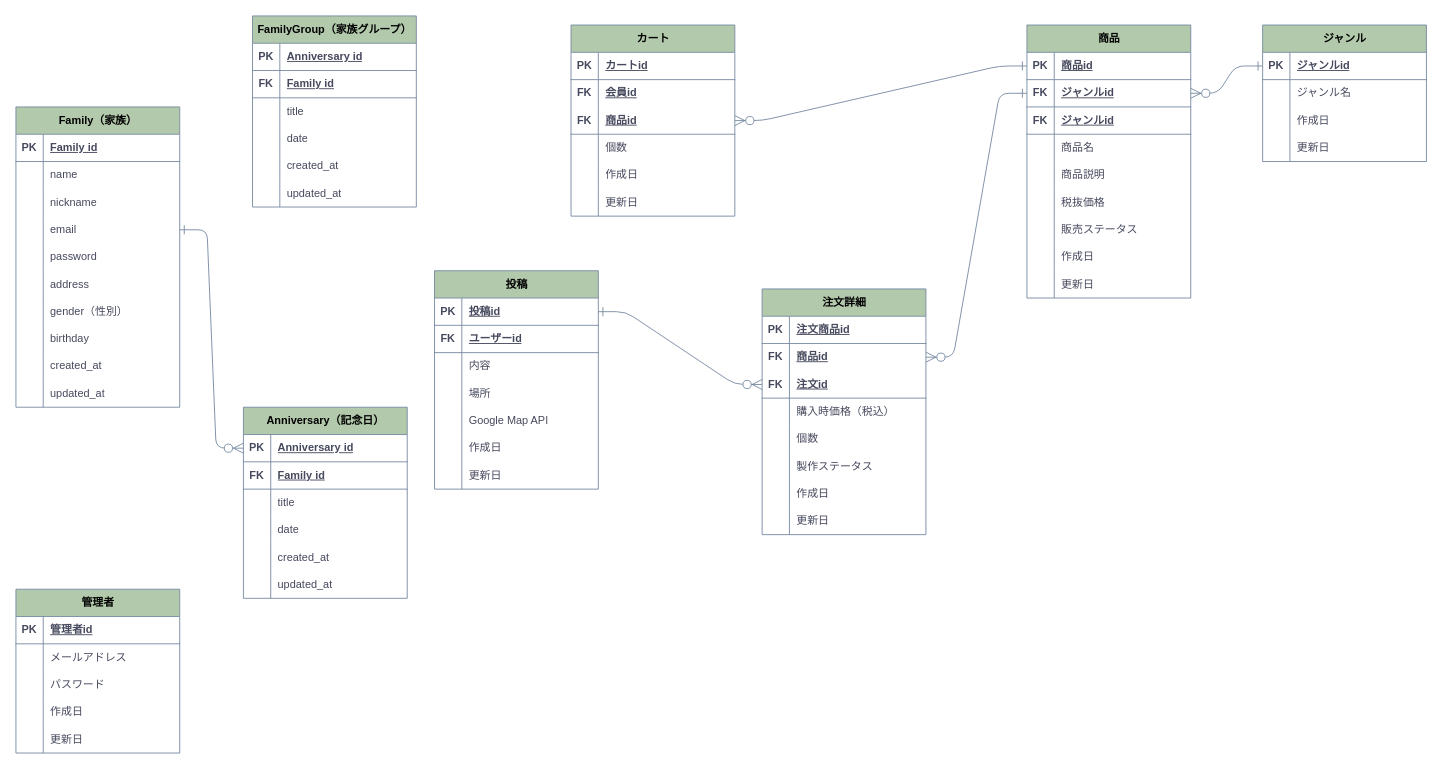
Earlier version of the draw.io diagram 家族インフラ.drawio (Ganmo3/drawio). Source tidied: cells renumbered, new cells numbered last; positions are measured from the earlier drawing's top-left corner, leaving out a move shared by most shapes. Both pictures are drawn from the tidied source at 91%, with x=0, y=0 at pixel (15, 15).
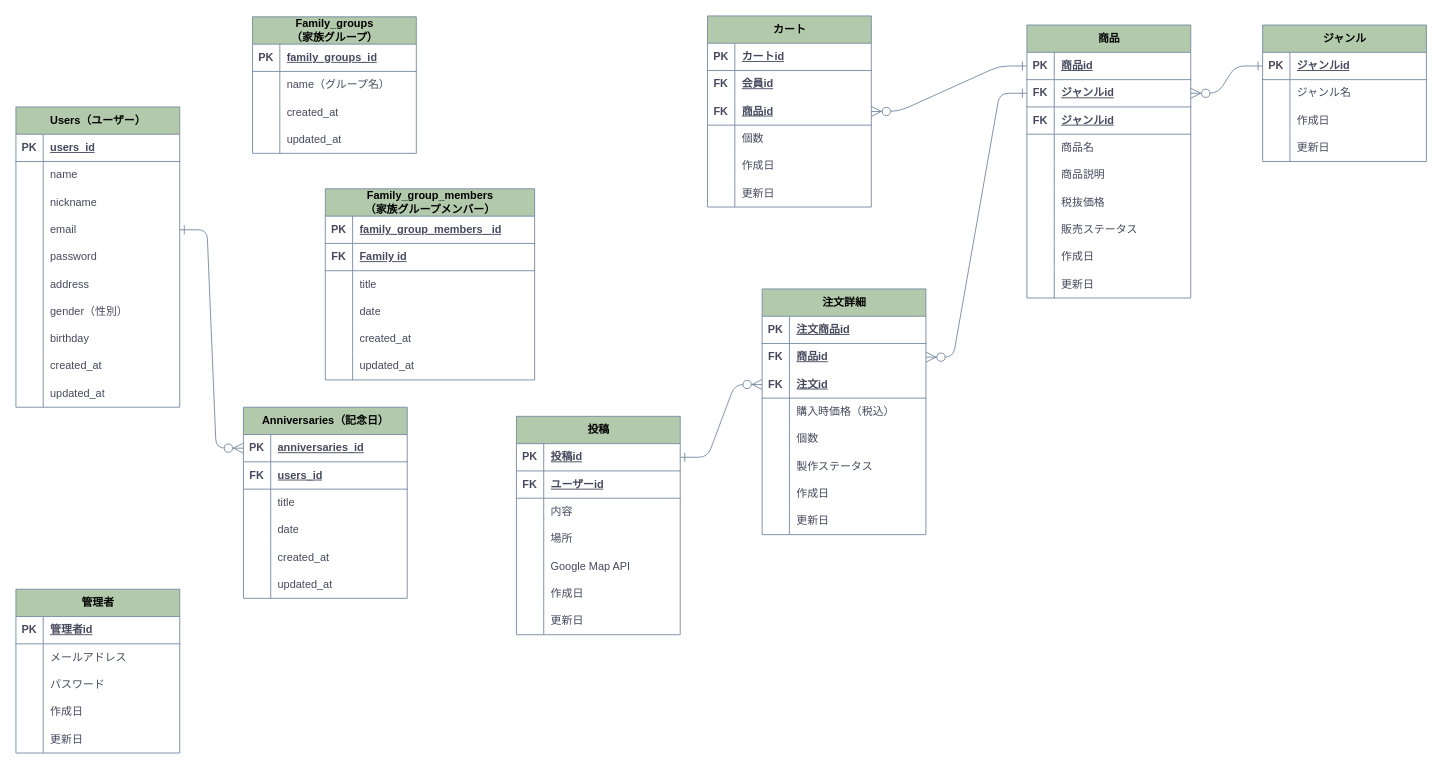
The same page after the edit.

Commit message (it also covers changes not shown here):
家族インフラ.drawio を更新します

The change refers to these unchanged cells:
```xml
<mxCell id="19" style="shape=tableRow;horizontal=0;startSize=0;swimlaneHead=0;swimlaneBody=0;fillColor=none;top=0;left=0;right=0;bottom=1;strokeColor=#788AA3;fontFamily=Helvetica;fontSize=12;fontColor=#46495D;html=1;labelBackgroundColor=none;" parent="18" vertex="1">
  <mxGeometry y="30" width="180" height="30" as="geometry" />
</mxCell>
<mxCell id="116" style="shape=tableRow;horizontal=0;startSize=0;swimlaneHead=0;swimlaneBody=0;fillColor=none;points=[[0,0.5],[1,0.5]];portConstraint=eastwest;top=0;left=0;right=0;bottom=1;strokeColor=#788AA3;fontFamily=Helvetica;fontSize=12;fontColor=#46495D;html=1;labelBackgroundColor=none;" parent="115" vertex="1">
  <mxGeometry y="30" width="180" height="30" as="geometry" />
</mxCell>
<mxCell id="119" style="shape=tableRow;horizontal=0;startSize=0;swimlaneHead=0;swimlaneBody=0;fillColor=none;top=0;left=0;right=0;bottom=1;strokeColor=#788AA3;fontFamily=Helvetica;fontSize=12;fontColor=#46495D;html=1;labelBackgroundColor=none;" parent="115" vertex="1">
  <mxGeometry y="60" width="180" height="30" as="geometry" />
</mxCell>
<mxCell id="187" style="shape=tableRow;horizontal=0;startSize=0;swimlaneHead=0;swimlaneBody=0;fillColor=none;top=0;left=0;right=0;bottom=1;strokeColor=#788AA3;fontFamily=Helvetica;fontSize=12;fontColor=#46495D;html=1;labelBackgroundColor=none;" parent="186" vertex="1">
  <mxGeometry y="30" width="180" height="30" as="geometry" />
</mxCell>
```

Diff of the diagram source:
```diff
@@
-    <mxCell id="18" value="&lt;font color=&quot;#000000&quot;&gt;Family（家族）&lt;/font&gt;" style="shape=table;startSize=30;childLayout=tableLayout;rowLines=0;fontStyle=1;align=center;html=1;strokeColor=#788AA3;fontFamily=Helvetica;fontSize=12;fontColor=#46495D;fillColor=#B2C9AB;labelBackgroundColor=none;" parent="1" vertex="1">
+    <mxCell id="18" value="&lt;font color=&quot;#000000&quot;&gt;Users（ユーザー）&lt;/font&gt;" style="shape=table;startSize=30;childLayout=tableLayout;rowLines=0;fontStyle=1;align=center;html=1;strokeColor=#788AA3;fontFamily=Helvetica;fontSize=12;fontColor=#46495D;fillColor=#B2C9AB;labelBackgroundColor=none;" parent="1" vertex="1">
       <mxGeometry y="100" width="180" height="330" as="geometry" />
     </mxCell>
@@
-    <mxCell id="21" value="Family id" style="shape=partialRectangle;fillColor=none;top=0;left=0;bottom=0;right=0;align=left;spacingLeft=6;fontStyle=5;overflow=hidden;whiteSpace=wrap;html=1;strokeColor=#788AA3;fontFamily=Helvetica;fontSize=12;fontColor=#46495D;startSize=23;labelBackgroundColor=none;" parent="19" vertex="1">
+    <mxCell id="21" value="users_id" style="shape=partialRectangle;fillColor=none;top=0;left=0;bottom=0;right=0;align=left;spacingLeft=6;fontStyle=5;overflow=hidden;whiteSpace=wrap;html=1;strokeColor=#788AA3;fontFamily=Helvetica;fontSize=12;fontColor=#46495D;startSize=23;labelBackgroundColor=none;" parent="19" vertex="1">
       <mxGeometry x="30" width="150" height="30" as="geometry" />
     </mxCell>
@@
     <mxCell id="95" value="&lt;font color=&quot;#000000&quot;&gt;カート&lt;/font&gt;" style="shape=table;startSize=30;childLayout=tableLayout;rowLines=0;fontStyle=1;align=center;html=1;strokeColor=#788AA3;fontFamily=Helvetica;fontSize=12;fillColor=#B2C9AB;labelBackgroundColor=none;fontColor=#46495D;" parent="1" vertex="1">
-      <mxGeometry x="610" y="10" width="180" height="210" as="geometry" />
+      <mxGeometry x="760" width="180" height="210" as="geometry" />
     </mxCell>
@@
-    <mxCell id="115" value="&lt;font color=&quot;#000000&quot;&gt;Anniversary（記念日）&lt;/font&gt;" style="shape=table;startSize=30;childLayout=tableLayout;rowLines=0;fontStyle=1;align=center;html=1;strokeColor=#788AA3;fontFamily=Helvetica;fontSize=12;fillColor=#B2C9AB;labelBackgroundColor=none;fontColor=#46495D;" parent="1" vertex="1">
+    <mxCell id="115" value="&lt;font color=&quot;#000000&quot;&gt;Anniversaries（記念日）&lt;/font&gt;" style="shape=table;startSize=30;childLayout=tableLayout;rowLines=0;fontStyle=1;align=center;html=1;strokeColor=#788AA3;fontFamily=Helvetica;fontSize=12;fillColor=#B2C9AB;labelBackgroundColor=none;fontColor=#46495D;" parent="1" vertex="1">
       <mxGeometry x="250" y="430" width="180" height="210" as="geometry" />
     </mxCell>
@@
-    <mxCell id="118" value="Anniversary id" style="shape=partialRectangle;fillColor=none;top=0;left=0;bottom=0;right=0;align=left;spacingLeft=6;fontStyle=5;overflow=hidden;whiteSpace=wrap;html=1;strokeColor=#788AA3;fontFamily=Helvetica;fontSize=12;fontColor=#46495D;startSize=23;labelBackgroundColor=none;" parent="116" vertex="1">
+    <mxCell id="118" value="anniversaries_id" style="shape=partialRectangle;fillColor=none;top=0;left=0;bottom=0;right=0;align=left;spacingLeft=6;fontStyle=5;overflow=hidden;whiteSpace=wrap;html=1;strokeColor=#788AA3;fontFamily=Helvetica;fontSize=12;fontColor=#46495D;startSize=23;labelBackgroundColor=none;" parent="116" vertex="1">
       <mxGeometry x="30" width="150" height="30" as="geometry" />
     </mxCell>
@@
-    <mxCell id="121" value="Family id" style="shape=partialRectangle;fillColor=none;top=0;left=0;bottom=0;right=0;align=left;spacingLeft=6;fontStyle=5;overflow=hidden;whiteSpace=wrap;html=1;strokeColor=#788AA3;fontFamily=Helvetica;fontSize=12;fontColor=#46495D;startSize=23;labelBackgroundColor=none;" parent="119" vertex="1">
+    <mxCell id="121" value="users_id" style="shape=partialRectangle;fillColor=none;top=0;left=0;bottom=0;right=0;align=left;spacingLeft=6;fontStyle=5;overflow=hidden;whiteSpace=wrap;html=1;strokeColor=#788AA3;fontFamily=Helvetica;fontSize=12;fontColor=#46495D;startSize=23;labelBackgroundColor=none;" parent="119" vertex="1">
       <mxGeometry x="30" width="150" height="30" as="geometry" />
     </mxCell>
@@
     <mxCell id="137" value="&lt;font color=&quot;#000000&quot;&gt;投稿&lt;/font&gt;" style="shape=table;startSize=30;childLayout=tableLayout;rowLines=0;fontStyle=1;align=center;html=1;strokeColor=#788AA3;fontFamily=Helvetica;fontSize=12;fontColor=#46495D;fillColor=#B2C9AB;labelBackgroundColor=none;" parent="1" vertex="1">
-      <mxGeometry x="460" y="280" width="180" height="240" as="geometry" />
+      <mxGeometry x="550" y="440" width="180" height="240" as="geometry" />
     </mxCell>
@@
-    <mxCell id="186" value="&lt;font color=&quot;#000000&quot;&gt;FamilyGroup（家族グループ）&lt;/font&gt;" style="shape=table;startSize=30;childLayout=tableLayout;rowLines=0;fontStyle=1;align=center;html=1;strokeColor=#788AA3;fontFamily=Helvetica;fontSize=12;fillColor=#B2C9AB;labelBackgroundColor=none;fontColor=#46495D;" parent="1" vertex="1">
-      <mxGeometry x="260" width="180" height="210" as="geometry" />
+    <mxCell id="186" value="&lt;font color=&quot;#000000&quot;&gt;Family_groups&lt;br&gt;（家族グループ）&lt;/font&gt;" style="shape=table;startSize=30;childLayout=tableLayout;rowLines=0;fontStyle=1;align=center;html=1;strokeColor=#788AA3;fontFamily=Helvetica;fontSize=12;fillColor=#B2C9AB;labelBackgroundColor=none;fontColor=#46495D;" parent="1" vertex="1">
+      <mxGeometry x="260" y="1" width="180" height="150" as="geometry" />
     </mxCell>
@@
-    <mxCell id="189" value="Anniversary id" style="shape=partialRectangle;fillColor=none;top=0;left=0;bottom=0;right=0;align=left;spacingLeft=6;fontStyle=5;overflow=hidden;whiteSpace=wrap;html=1;strokeColor=#788AA3;fontFamily=Helvetica;fontSize=12;fontColor=#46495D;startSize=23;labelBackgroundColor=none;" parent="187" vertex="1">
+    <mxCell id="189" value="family_groups_id" style="shape=partialRectangle;fillColor=none;top=0;left=0;bottom=0;right=0;align=left;spacingLeft=6;fontStyle=5;overflow=hidden;whiteSpace=wrap;html=1;strokeColor=#788AA3;fontFamily=Helvetica;fontSize=12;fontColor=#46495D;startSize=23;labelBackgroundColor=none;" parent="187" vertex="1">
       <mxGeometry x="30" width="150" height="30" as="geometry" />
     </mxCell>
-    <mxCell id="190" style="shape=tableRow;horizontal=0;startSize=0;swimlaneHead=0;swimlaneBody=0;fillColor=none;top=0;left=0;right=0;bottom=1;strokeColor=#788AA3;fontFamily=Helvetica;fontSize=12;fontColor=#46495D;html=1;labelBackgroundColor=none;" parent="186" vertex="1">
-      <mxGeometry y="60" width="180" height="30" as="geometry" />
-    </mxCell>
-    <mxCell id="191" value="FK" style="shape=partialRectangle;fillColor=none;top=0;left=0;bottom=0;right=0;fontStyle=1;overflow=hidden;whiteSpace=wrap;html=1;strokeColor=#788AA3;fontFamily=Helvetica;fontSize=12;fontColor=#46495D;startSize=23;labelBackgroundColor=none;" parent="190" vertex="1">
-      <mxGeometry width="30" height="30" as="geometry" />
-    </mxCell>
-    <mxCell id="192" value="Family id" style="shape=partialRectangle;fillColor=none;top=0;left=0;bottom=0;right=0;align=left;spacingLeft=6;fontStyle=5;overflow=hidden;whiteSpace=wrap;html=1;strokeColor=#788AA3;fontFamily=Helvetica;fontSize=12;fontColor=#46495D;startSize=23;labelBackgroundColor=none;" parent="190" vertex="1">
-      <mxGeometry x="30" width="150" height="30" as="geometry" />
-    </mxCell>
     <mxCell id="193" style="shape=tableRow;horizontal=0;startSize=0;swimlaneHead=0;swimlaneBody=0;fillColor=none;top=0;left=0;right=0;bottom=0;strokeColor=#788AA3;fontFamily=Helvetica;fontSize=12;fontColor=#46495D;html=1;labelBackgroundColor=none;" parent="186" vertex="1">
-      <mxGeometry y="90" width="180" height="30" as="geometry" />
+      <mxGeometry y="60" width="180" height="30" as="geometry" />
     </mxCell>
@@
-    <mxCell id="195" value="title" style="shape=partialRectangle;fillColor=none;top=0;left=0;bottom=0;right=0;align=left;spacingLeft=6;overflow=hidden;whiteSpace=wrap;html=1;strokeColor=#788AA3;fontFamily=Helvetica;fontSize=12;fontColor=#46495D;startSize=23;labelBackgroundColor=none;" parent="193" vertex="1">
+    <mxCell id="195" value="name（グループ名）" style="shape=partialRectangle;fillColor=none;top=0;left=0;bottom=0;right=0;align=left;spacingLeft=6;overflow=hidden;whiteSpace=wrap;html=1;strokeColor=#788AA3;fontFamily=Helvetica;fontSize=12;fontColor=#46495D;startSize=23;labelBackgroundColor=none;" parent="193" vertex="1">
       <mxGeometry x="30" width="150" height="30" as="geometry" />
     </mxCell>
-    <mxCell id="196" style="shape=tableRow;horizontal=0;startSize=0;swimlaneHead=0;swimlaneBody=0;fillColor=none;top=0;left=0;right=0;bottom=0;strokeColor=#788AA3;fontFamily=Helvetica;fontSize=12;fontColor=#46495D;html=1;labelBackgroundColor=none;" parent="186" vertex="1">
-      <mxGeometry y="120" width="180" height="30" as="geometry" />
-    </mxCell>
-    <mxCell id="197" style="shape=partialRectangle;fillColor=none;top=0;left=0;bottom=0;right=0;overflow=hidden;whiteSpace=wrap;html=1;strokeColor=#788AA3;fontFamily=Helvetica;fontSize=12;fontColor=#46495D;startSize=23;labelBackgroundColor=none;" parent="196" vertex="1">
-      <mxGeometry width="30" height="30" as="geometry" />
-    </mxCell>
-    <mxCell id="198" value="date" style="shape=partialRectangle;fillColor=none;top=0;left=0;bottom=0;right=0;align=left;spacingLeft=6;overflow=hidden;whiteSpace=wrap;html=1;strokeColor=#788AA3;fontFamily=Helvetica;fontSize=12;fontColor=#46495D;startSize=23;labelBackgroundColor=none;" parent="196" vertex="1">
-      <mxGeometry x="30" width="150" height="30" as="geometry" />
-    </mxCell>
     <mxCell id="199" style="shape=tableRow;horizontal=0;startSize=0;swimlaneHead=0;swimlaneBody=0;fillColor=none;top=0;left=0;right=0;bottom=0;strokeColor=#788AA3;fontFamily=Helvetica;fontSize=12;fontColor=#46495D;html=1;labelBackgroundColor=none;" parent="186" vertex="1">
-      <mxGeometry y="150" width="180" height="30" as="geometry" />
+      <mxGeometry y="90" width="180" height="30" as="geometry" />
     </mxCell>
@@
     <mxCell id="202" style="shape=tableRow;horizontal=0;startSize=0;swimlaneHead=0;swimlaneBody=0;fillColor=none;top=0;left=0;right=0;bottom=0;strokeColor=#788AA3;fontFamily=Helvetica;fontSize=12;fontColor=#46495D;html=1;labelBackgroundColor=none;" parent="186" vertex="1">
-      <mxGeometry y="180" width="180" height="30" as="geometry" />
+      <mxGeometry y="120" width="180" height="30" as="geometry" />
     </mxCell>
@@
+    <mxCell id="205" value="&lt;font color=&quot;#000000&quot;&gt;Family_group_members&lt;br&gt;（家族グループメンバー）&lt;/font&gt;" style="shape=table;startSize=30;childLayout=tableLayout;rowLines=0;fontStyle=1;align=center;html=1;strokeColor=#788AA3;fontFamily=Helvetica;fontSize=12;fillColor=#B2C9AB;labelBackgroundColor=none;fontColor=#46495D;" parent="1" vertex="1">
+      <mxGeometry x="340" y="190" width="230" height="210" as="geometry" />
+    </mxCell>
+    <mxCell id="206" style="shape=tableRow;horizontal=0;startSize=0;swimlaneHead=0;swimlaneBody=0;fillColor=none;top=0;left=0;right=0;bottom=1;strokeColor=#788AA3;fontFamily=Helvetica;fontSize=12;fontColor=#46495D;html=1;labelBackgroundColor=none;" parent="205" vertex="1">
+      <mxGeometry y="30" width="230" height="30" as="geometry" />
+    </mxCell>
+    <mxCell id="207" value="PK" style="shape=partialRectangle;fillColor=none;top=0;left=0;bottom=0;right=0;fontStyle=1;overflow=hidden;whiteSpace=wrap;html=1;strokeColor=#788AA3;fontFamily=Helvetica;fontSize=12;fontColor=#46495D;startSize=23;labelBackgroundColor=none;" parent="206" vertex="1">
+      <mxGeometry width="30" height="30" as="geometry" />
+    </mxCell>
+    <mxCell id="208" value="family_group_members_ id" style="shape=partialRectangle;fillColor=none;top=0;left=0;bottom=0;right=0;align=left;spacingLeft=6;fontStyle=5;overflow=hidden;whiteSpace=wrap;html=1;strokeColor=#788AA3;fontFamily=Helvetica;fontSize=12;fontColor=#46495D;startSize=23;labelBackgroundColor=none;" parent="206" vertex="1">
+      <mxGeometry x="30" width="200" height="30" as="geometry" />
+    </mxCell>
+    <mxCell id="209" style="shape=tableRow;horizontal=0;startSize=0;swimlaneHead=0;swimlaneBody=0;fillColor=none;top=0;left=0;right=0;bottom=1;strokeColor=#788AA3;fontFamily=Helvetica;fontSize=12;fontColor=#46495D;html=1;labelBackgroundColor=none;" parent="205" vertex="1">
+      <mxGeometry y="60" width="230" height="30" as="geometry" />
+    </mxCell>
+    <mxCell id="191" value="FK" style="shape=partialRectangle;fillColor=none;top=0;left=0;bottom=0;right=0;fontStyle=1;overflow=hidden;whiteSpace=wrap;html=1;strokeColor=#788AA3;fontFamily=Helvetica;fontSize=12;fontColor=#46495D;startSize=23;labelBackgroundColor=none;" parent="209" vertex="1">
+      <mxGeometry width="30" height="30" as="geometry" />
+    </mxCell>
+    <mxCell id="192" value="Family id" style="shape=partialRectangle;fillColor=none;top=0;left=0;bottom=0;right=0;align=left;spacingLeft=6;fontStyle=5;overflow=hidden;whiteSpace=wrap;html=1;strokeColor=#788AA3;fontFamily=Helvetica;fontSize=12;fontColor=#46495D;startSize=23;labelBackgroundColor=none;" parent="209" vertex="1">
+      <mxGeometry x="30" width="200" height="30" as="geometry" />
+    </mxCell>
+    <mxCell id="210" style="shape=tableRow;horizontal=0;startSize=0;swimlaneHead=0;swimlaneBody=0;fillColor=none;top=0;left=0;right=0;bottom=0;strokeColor=#788AA3;fontFamily=Helvetica;fontSize=12;fontColor=#46495D;html=1;labelBackgroundColor=none;" parent="205" vertex="1">
+      <mxGeometry y="90" width="230" height="30" as="geometry" />
+    </mxCell>
+    <mxCell id="211" style="shape=partialRectangle;fillColor=none;top=0;left=0;bottom=0;right=0;overflow=hidden;whiteSpace=wrap;html=1;strokeColor=#788AA3;fontFamily=Helvetica;fontSize=12;fontColor=#46495D;startSize=23;labelBackgroundColor=none;" parent="210" vertex="1">
+      <mxGeometry width="30" height="30" as="geometry" />
+    </mxCell>
+    <mxCell id="212" value="title" style="shape=partialRectangle;fillColor=none;top=0;left=0;bottom=0;right=0;align=left;spacingLeft=6;overflow=hidden;whiteSpace=wrap;html=1;strokeColor=#788AA3;fontFamily=Helvetica;fontSize=12;fontColor=#46495D;startSize=23;labelBackgroundColor=none;" parent="210" vertex="1">
+      <mxGeometry x="30" width="200" height="30" as="geometry" />
+    </mxCell>
+    <mxCell id="213" style="shape=tableRow;horizontal=0;startSize=0;swimlaneHead=0;swimlaneBody=0;fillColor=none;top=0;left=0;right=0;bottom=0;strokeColor=#788AA3;fontFamily=Helvetica;fontSize=12;fontColor=#46495D;html=1;labelBackgroundColor=none;" parent="205" vertex="1">
+      <mxGeometry y="120" width="230" height="30" as="geometry" />
+    </mxCell>
+    <mxCell id="214" style="shape=partialRectangle;fillColor=none;top=0;left=0;bottom=0;right=0;overflow=hidden;whiteSpace=wrap;html=1;strokeColor=#788AA3;fontFamily=Helvetica;fontSize=12;fontColor=#46495D;startSize=23;labelBackgroundColor=none;" parent="213" vertex="1">
+      <mxGeometry width="30" height="30" as="geometry" />
+    </mxCell>
+    <mxCell id="198" value="date" style="shape=partialRectangle;fillColor=none;top=0;left=0;bottom=0;right=0;align=left;spacingLeft=6;overflow=hidden;whiteSpace=wrap;html=1;strokeColor=#788AA3;fontFamily=Helvetica;fontSize=12;fontColor=#46495D;startSize=23;labelBackgroundColor=none;" parent="213" vertex="1">
+      <mxGeometry x="30" width="200" height="30" as="geometry" />
+    </mxCell>
+    <mxCell id="215" style="shape=tableRow;horizontal=0;startSize=0;swimlaneHead=0;swimlaneBody=0;fillColor=none;top=0;left=0;right=0;bottom=0;strokeColor=#788AA3;fontFamily=Helvetica;fontSize=12;fontColor=#46495D;html=1;labelBackgroundColor=none;" parent="205" vertex="1">
+      <mxGeometry y="150" width="230" height="30" as="geometry" />
+    </mxCell>
+    <mxCell id="216" style="shape=partialRectangle;fillColor=none;top=0;left=0;bottom=0;right=0;overflow=hidden;whiteSpace=wrap;html=1;strokeColor=#788AA3;fontFamily=Helvetica;fontSize=12;fontColor=#46495D;startSize=23;labelBackgroundColor=none;" parent="215" vertex="1">
+      <mxGeometry width="30" height="30" as="geometry" />
+    </mxCell>
+    <mxCell id="217" value="created_at" style="shape=partialRectangle;fillColor=none;top=0;left=0;bottom=0;right=0;align=left;spacingLeft=6;overflow=hidden;whiteSpace=wrap;html=1;strokeColor=#788AA3;fontFamily=Helvetica;fontSize=12;fontColor=#46495D;startSize=23;labelBackgroundColor=none;" parent="215" vertex="1">
+      <mxGeometry x="30" width="200" height="30" as="geometry" />
+    </mxCell>
+    <mxCell id="218" style="shape=tableRow;horizontal=0;startSize=0;swimlaneHead=0;swimlaneBody=0;fillColor=none;top=0;left=0;right=0;bottom=0;strokeColor=#788AA3;fontFamily=Helvetica;fontSize=12;fontColor=#46495D;html=1;labelBackgroundColor=none;" parent="205" vertex="1">
+      <mxGeometry y="180" width="230" height="30" as="geometry" />
+    </mxCell>
+    <mxCell id="219" style="shape=partialRectangle;fillColor=none;top=0;left=0;bottom=0;right=0;overflow=hidden;whiteSpace=wrap;html=1;strokeColor=#788AA3;fontFamily=Helvetica;fontSize=12;fontColor=#46495D;startSize=23;labelBackgroundColor=none;" parent="218" vertex="1">
+      <mxGeometry width="30" height="30" as="geometry" />
+    </mxCell>
+    <mxCell id="220" value="updated_at" style="shape=partialRectangle;fillColor=none;top=0;left=0;bottom=0;right=0;align=left;spacingLeft=6;overflow=hidden;whiteSpace=wrap;html=1;strokeColor=#788AA3;fontFamily=Helvetica;fontSize=12;fontColor=#46495D;startSize=23;labelBackgroundColor=none;" parent="218" vertex="1">
+      <mxGeometry x="30" width="200" height="30" as="geometry" />
+    </mxCell>
```
